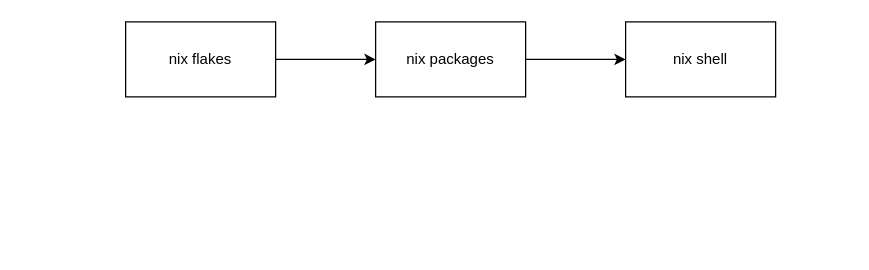
The draw.io diagram posts/coder-and-nix/static/nix_tooling.drawio in coder/blogs, before the edit. Source tidied: cells renumbered, new cells numbered last; positions are measured from the earlier drawing's top-left corner, leaving out a move shared by most shapes. Both pictures are drawn from the tidied source at 125%, with x=0, y=0 at pixel (125, 21).
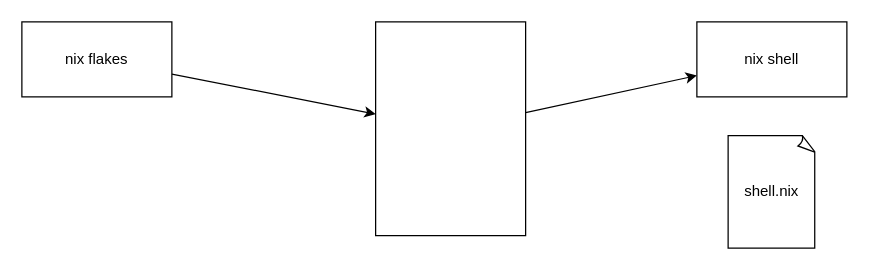
Above is the later version.

Change to the diagram source:
```diff
@@
 <mxGraphModel>
   <root>
     <mxCell id="0" />
     <mxCell id="1" parent="0" />
     <mxCell id="2" style="edgeStyle=none;html=1;" parent="1" edge="1" source="3" target="5">
       <mxGeometry relative="1" as="geometry" />
     </mxCell>
     <mxCell id="3" value="nix flakes" style="rounded=0;whiteSpace=wrap;html=1;" parent="1" vertex="1">
-      <mxGeometry width="120" height="60" as="geometry" />
+      <mxGeometry x="-83" width="120" height="60" as="geometry" />
     </mxCell>
     <mxCell id="4" style="edgeStyle=none;html=1;" parent="1" edge="1" source="5" target="6">
       <mxGeometry relative="1" as="geometry" />
     </mxCell>
-    <mxCell id="5" value="nix packages" style="rounded=0;whiteSpace=wrap;html=1;" parent="1" vertex="1">
-      <mxGeometry x="200" width="120" height="60" as="geometry" />
+    <mxCell id="5" style="rounded=0;whiteSpace=wrap;html=1;" parent="1" vertex="1">
+      <mxGeometry x="200" width="120" height="171" as="geometry" />
     </mxCell>
     <mxCell id="6" value="nix shell" style="rounded=0;whiteSpace=wrap;html=1;" parent="1" vertex="1">
-      <mxGeometry x="400" width="120" height="60" as="geometry" />
+      <mxGeometry x="457" width="120" height="60" as="geometry" />
     </mxCell>
+    <mxCell id="7" value="shell.nix" style="whiteSpace=wrap;html=1;shape=mxgraph.basic.document;" parent="1" vertex="1">
+      <mxGeometry x="482" y="91" width="70" height="90" as="geometry" />
+    </mxCell>
   </root>
 </mxGraphModel>
```
